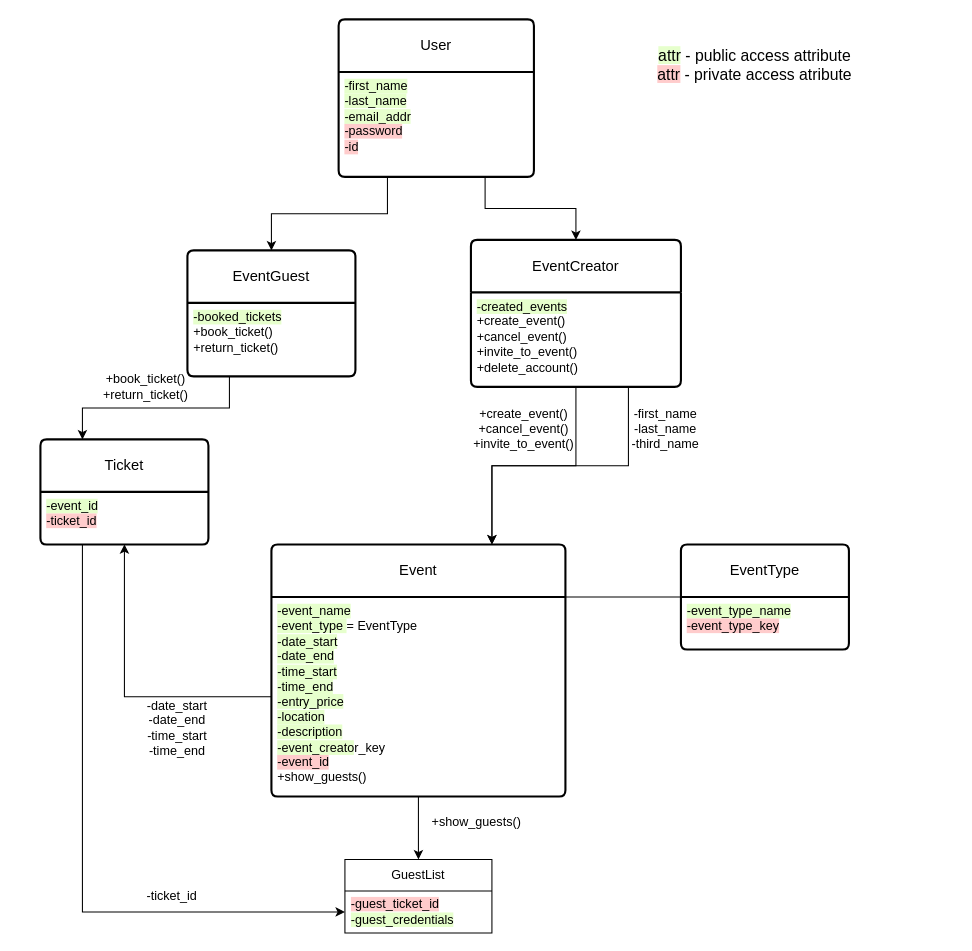
DanMustDie/EventManager keeps this draw.io diagram as Class diagram(EventManager).drawio. Above is the earlier version. Source tidied: cells renumbered, new cells numbered last; positions are measured from the earlier drawing's top-left corner, leaving out a move shared by most shapes. Both pictures are drawn from the tidied source at 105%, with x=0, y=0 at pixel (40, 19).
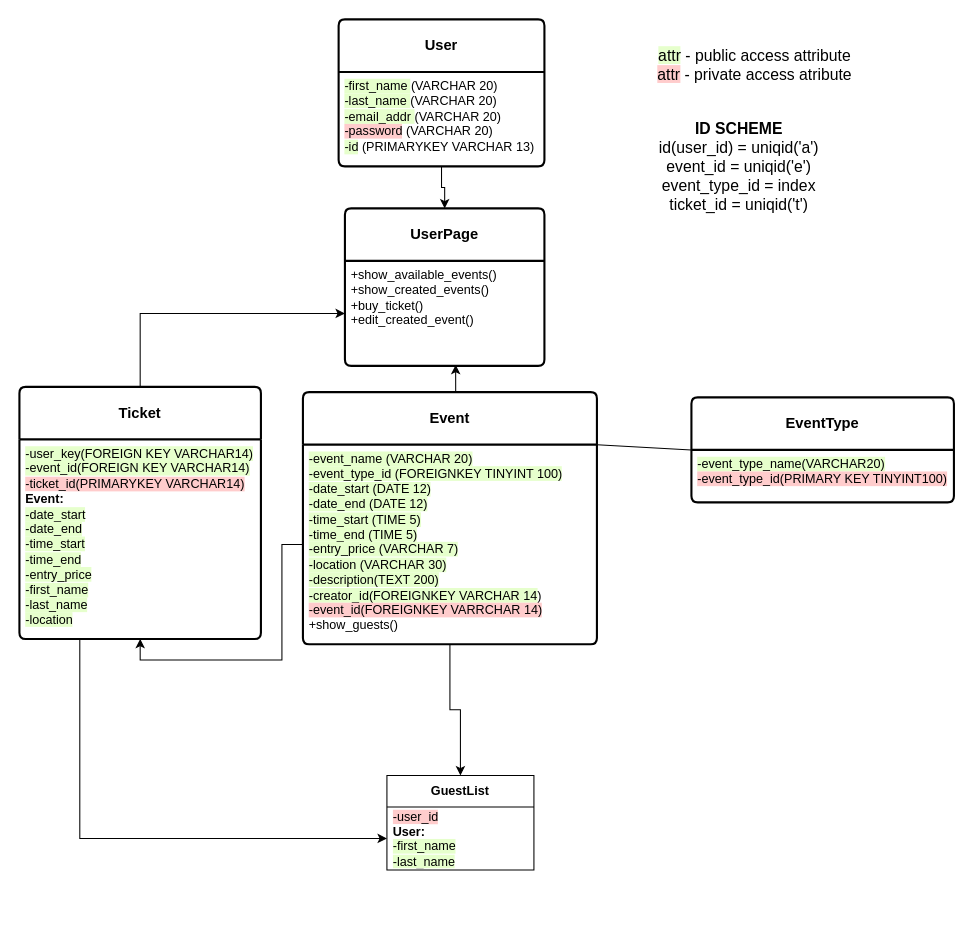
After the change.

Commit message (it also covers changes not shown here):
class diagram edit

What changed in the source:
```diff
@@
-    <mxCell id="2" value="EventCreator" style="swimlane;horizontal=1;startSize=50;rounded=1;fontSize=14;fontStyle=0;strokeWidth=2;shadow=0;dashed=0;align=center;arcSize=4;whiteSpace=wrap;html=1;" parent="1" vertex="1">
-      <mxGeometry x="410" y="210" width="200" height="140" as="geometry" />
-    </mxCell>
-    <mxCell id="3" value="&lt;div&gt;&lt;span style=&quot;background-color: rgb(230, 255, 204);&quot;&gt;-created_events&lt;/span&gt;&lt;/div&gt;&lt;div&gt;+create_event()&lt;/div&gt;&lt;div&gt;+cancel_event()&lt;/div&gt;&lt;div&gt;+invite_to_event()&lt;/div&gt;&lt;div&gt;+delete_account()&lt;/div&gt;" style="align=left;strokeColor=none;fillColor=none;spacingLeft=4;fontSize=12;verticalAlign=top;html=1;" parent="2" vertex="1">
-      <mxGeometry y="50" width="200" height="90" as="geometry" />
-    </mxCell>
-    <mxCell id="4" value="Event" style="swimlane;horizontal=1;startSize=50;rounded=1;fontSize=14;fontStyle=0;strokeWidth=2;shadow=0;dashed=0;align=center;arcSize=4;whiteSpace=wrap;html=1;" parent="1" vertex="1">
-      <mxGeometry x="220" y="500" width="280" height="240" as="geometry" />
+    <mxCell id="4" value="&lt;b&gt;Event&lt;/b&gt;" style="swimlane;horizontal=1;startSize=50;rounded=1;fontSize=14;fontStyle=0;strokeWidth=2;shadow=0;dashed=0;align=center;arcSize=4;whiteSpace=wrap;html=1;" parent="1" vertex="1">
+      <mxGeometry x="250" y="355" width="280" height="240" as="geometry" />
     </mxCell>
-    <mxCell id="5" value="&lt;span style=&quot;background-color: rgb(230, 255, 204);&quot;&gt;-event_name&lt;/span&gt;&lt;div&gt;&lt;span style=&quot;background-color: rgb(230, 255, 204);&quot;&gt;-event_type &lt;/span&gt;= EventType&lt;/div&gt;&lt;div&gt;&lt;span style=&quot;background-color: rgb(230, 255, 204);&quot;&gt;-date_start&lt;/span&gt;&lt;/div&gt;&lt;div&gt;&lt;span style=&quot;background-color: rgb(230, 255, 204);&quot;&gt;-date_end&lt;/span&gt;&lt;/div&gt;&lt;div&gt;&lt;span style=&quot;background-color: rgb(230, 255, 204);&quot;&gt;-time_start&lt;/span&gt;&lt;/div&gt;&lt;div&gt;&lt;span style=&quot;background-color: rgb(230, 255, 204);&quot;&gt;-time_end&lt;/span&gt;&lt;/div&gt;&lt;div&gt;&lt;span style=&quot;background-color: rgb(230, 255, 204);&quot;&gt;-entry_price&lt;/span&gt;&lt;/div&gt;&lt;div&gt;&lt;span style=&quot;background-color: rgb(230, 255, 204);&quot;&gt;-location&lt;/span&gt;&lt;/div&gt;&lt;div&gt;&lt;span style=&quot;background-color: rgb(230, 255, 204);&quot;&gt;-description&lt;/span&gt;&lt;/div&gt;&lt;div&gt;&lt;span style=&quot;background-color: rgb(230, 255, 204);&quot;&gt;-event_creato&lt;/span&gt;r_key&lt;/div&gt;&lt;div&gt;&lt;span style=&quot;background-color: rgb(255, 204, 204);&quot;&gt;-event_id&lt;/span&gt;&lt;/div&gt;&lt;div&gt;+show_guests()&lt;/div&gt;&lt;div&gt;&lt;br&gt;&lt;/div&gt;" style="align=left;strokeColor=none;fillColor=none;spacingLeft=4;fontSize=12;verticalAlign=top;html=1;" parent="4" vertex="1">
+    <mxCell id="5" value="&lt;span style=&quot;background-color: rgb(230, 255, 204);&quot;&gt;-event_name (VARCHAR 20)&lt;/span&gt;&lt;div&gt;&lt;span style=&quot;background-color: rgb(230, 255, 204);&quot;&gt;-event_type_id&amp;nbsp;(FOREIGNKEY TINYINT 100)&lt;/span&gt;&lt;/div&gt;&lt;div&gt;&lt;span style=&quot;background-color: rgb(230, 255, 204);&quot;&gt;-date_start (DATE 12)&lt;/span&gt;&lt;/div&gt;&lt;div&gt;&lt;span style=&quot;background-color: rgb(230, 255, 204);&quot;&gt;-date_end (DATE 12)&lt;/span&gt;&lt;/div&gt;&lt;div&gt;&lt;span style=&quot;background-color: rgb(230, 255, 204);&quot;&gt;-time_start (TIME 5)&lt;/span&gt;&lt;/div&gt;&lt;div&gt;&lt;span style=&quot;background-color: rgb(230, 255, 204);&quot;&gt;-time_end (TIME 5)&lt;/span&gt;&lt;/div&gt;&lt;div&gt;&lt;span style=&quot;background-color: rgb(230, 255, 204);&quot;&gt;-entry_price (VARCHAR 7)&lt;/span&gt;&lt;/div&gt;&lt;div&gt;&lt;span style=&quot;background-color: rgb(230, 255, 204);&quot;&gt;-location (VARCHAR 30)&lt;/span&gt;&lt;/div&gt;&lt;div&gt;&lt;span style=&quot;background-color: rgb(230, 255, 204);&quot;&gt;-description(TEXT 200)&lt;/span&gt;&lt;/div&gt;&lt;div&gt;&lt;span style=&quot;background-color: rgb(230, 255, 204);&quot;&gt;-creator_id(FOREIGNKEY VARCHAR 14&lt;/span&gt;)&lt;/div&gt;&lt;div&gt;&lt;span style=&quot;background-color: rgb(255, 204, 204);&quot;&gt;-event_id(FOREIGNKEY VARRCHAR 14)&lt;/span&gt;&lt;/div&gt;&lt;div&gt;+show_guests()&lt;/div&gt;&lt;div&gt;&lt;br&gt;&lt;/div&gt;" style="align=left;strokeColor=none;fillColor=none;spacingLeft=4;fontSize=12;verticalAlign=top;html=1;" parent="4" vertex="1">
       <mxGeometry y="50" width="280" height="190" as="geometry" />
     </mxCell>
@@
-    <mxCell id="7" value="+create_event()&lt;div&gt;+cancel_event()&lt;/div&gt;&lt;div&gt;+invite_to_event()&lt;/div&gt;" style="text;html=1;align=center;verticalAlign=middle;strokeColor=none;fillColor=none;" parent="1" vertex="1">
-      <mxGeometry x="400" y="360" width="120" height="60" as="geometry" />
-    </mxCell>
-    <mxCell id="8" value="EventGuest" style="swimlane;horizontal=1;startSize=50;rounded=1;fontSize=14;fontStyle=0;strokeWidth=2;shadow=0;dashed=0;align=center;arcSize=4;whiteSpace=wrap;html=1;" parent="1" vertex="1">
-      <mxGeometry x="140" y="220" width="160" height="120" as="geometry" />
-    </mxCell>
-    <mxCell id="9" value="&lt;div&gt;&lt;span style=&quot;background-color: rgb(230, 255, 204);&quot;&gt;-booked_tickets&lt;/span&gt;&lt;/div&gt;+book_ticket()&lt;div&gt;+return_ticket()&lt;/div&gt;" style="align=left;strokeColor=none;fillColor=none;spacingLeft=4;fontSize=12;verticalAlign=top;html=1;" parent="8" vertex="1">
-      <mxGeometry y="50" width="160" height="70" as="geometry" />
-    </mxCell>
-    <mxCell id="10" value="User" style="swimlane;horizontal=1;startSize=50;rounded=1;fontSize=14;fontStyle=0;strokeWidth=2;shadow=0;dashed=0;align=center;arcSize=4;whiteSpace=wrap;html=1;" parent="1" vertex="1">
-      <mxGeometry x="284" width="186" height="150" as="geometry" />
+    <mxCell id="10" value="&lt;b&gt;User&lt;/b&gt;" style="swimlane;horizontal=1;startSize=50;rounded=1;fontSize=14;fontStyle=0;strokeWidth=2;shadow=0;dashed=0;align=center;arcSize=4;whiteSpace=wrap;html=1;" parent="1" vertex="1">
+      <mxGeometry x="284" width="196" height="140" as="geometry" />
     </mxCell>
-    <mxCell id="11" value="&lt;span style=&quot;background-color: rgb(230, 255, 204);&quot;&gt;-first_name&lt;/span&gt;&lt;div&gt;&lt;span style=&quot;background-color: rgb(230, 255, 204);&quot;&gt;-last_name&lt;/span&gt;&lt;/div&gt;&lt;div&gt;&lt;span style=&quot;background-color: rgb(230, 255, 204);&quot;&gt;-email_addr&lt;/span&gt;&lt;div&gt;&lt;span style=&quot;background-color: rgb(255, 204, 204);&quot;&gt;-password&lt;/span&gt;&lt;/div&gt;&lt;div&gt;&lt;span style=&quot;background-color: rgb(255, 204, 204);&quot;&gt;-id&lt;/span&gt;&lt;/div&gt;&lt;/div&gt;" style="align=left;strokeColor=none;fillColor=none;spacingLeft=4;fontSize=12;verticalAlign=top;html=1;" parent="10" vertex="1">
-      <mxGeometry y="50" width="186" height="100" as="geometry" />
+    <mxCell id="11" value="&lt;span style=&quot;background-color: rgb(230, 255, 204);&quot;&gt;-first_name &lt;/span&gt;&lt;span style=&quot;background-color: rgb(255, 255, 255);&quot;&gt;(VARCHAR 20)&lt;/span&gt;&lt;div&gt;&lt;span style=&quot;background-color: rgb(230, 255, 204);&quot;&gt;-last_name &lt;/span&gt;&lt;span style=&quot;background-color: rgb(255, 255, 255);&quot;&gt;(VARCHAR 20)&lt;/span&gt;&lt;/div&gt;&lt;div&gt;&lt;span style=&quot;background-color: rgb(230, 255, 204);&quot;&gt;-email_addr &lt;/span&gt;&lt;span style=&quot;background-color: rgb(255, 255, 255);&quot;&gt;(VARCHAR 20)&lt;/span&gt;&lt;div&gt;&lt;span style=&quot;background-color: rgb(255, 204, 204);&quot;&gt;-password&lt;/span&gt;&lt;span style=&quot;background-color: rgb(255, 255, 255);&quot;&gt; (VARCHAR 20)&lt;/span&gt;&lt;/div&gt;&lt;div&gt;&lt;span style=&quot;background-color: rgb(230, 255, 204);&quot;&gt;-id&lt;/span&gt;&lt;span style=&quot;background-color: rgb(255, 255, 255);&quot;&gt;&amp;nbsp;(PRIMARYKEY VARCHAR 13)&lt;/span&gt;&lt;br&gt;&lt;/div&gt;&lt;/div&gt;" style="align=left;strokeColor=none;fillColor=none;spacingLeft=4;fontSize=12;verticalAlign=top;html=1;" parent="10" vertex="1">
+      <mxGeometry y="50" width="196" height="90" as="geometry" />
     </mxCell>
-    <mxCell id="12" style="edgeStyle=orthogonalEdgeStyle;rounded=0;jettySize=auto;html=1;exitX=0.25;exitY=1;exitDx=0;exitDy=0;entryX=0.5;entryY=0;entryDx=0;entryDy=0;" parent="1" edge="1" source="11" target="8">
-      <mxGeometry relative="1" as="geometry" />
-    </mxCell>
-    <mxCell id="13" style="edgeStyle=orthogonalEdgeStyle;rounded=0;jettySize=auto;html=1;exitX=0.75;exitY=1;exitDx=0;exitDy=0;entryX=0.5;entryY=0;entryDx=0;entryDy=0;" parent="1" edge="1" source="11" target="2">
-      <mxGeometry relative="1" as="geometry" />
-    </mxCell>
-    <mxCell id="14" style="edgeStyle=orthogonalEdgeStyle;rounded=0;jettySize=auto;html=1;exitX=0.5;exitY=1;exitDx=0;exitDy=0;entryX=0.75;entryY=0;entryDx=0;entryDy=0;" parent="1" edge="1" source="3" target="4">
-      <mxGeometry relative="1" as="geometry" />
-    </mxCell>
-    <mxCell id="15" value="EventType" style="swimlane;horizontal=1;startSize=50;rounded=1;fontSize=14;fontStyle=0;strokeWidth=2;shadow=0;dashed=0;align=center;arcSize=4;whiteSpace=wrap;html=1;" parent="1" vertex="1">
-      <mxGeometry x="610" y="500" width="160" height="100" as="geometry" />
+    <mxCell id="15" value="&lt;b&gt;EventType&lt;/b&gt;" style="swimlane;horizontal=1;startSize=50;rounded=1;fontSize=14;fontStyle=0;strokeWidth=2;shadow=0;dashed=0;align=center;arcSize=4;whiteSpace=wrap;html=1;" parent="1" vertex="1">
+      <mxGeometry x="620" y="360" width="250" height="100" as="geometry" />
     </mxCell>
-    <mxCell id="16" value="&lt;span style=&quot;background-color: rgb(230, 255, 204);&quot;&gt;-event_type_name&lt;/span&gt;&lt;div&gt;&lt;span style=&quot;background-color: rgb(255, 204, 204);&quot;&gt;-event_type_key&lt;/span&gt;&lt;/div&gt;" style="align=left;strokeColor=none;fillColor=none;spacingLeft=4;fontSize=12;verticalAlign=top;html=1;" parent="15" vertex="1">
-      <mxGeometry y="50" width="160" height="50" as="geometry" />
+    <mxCell id="16" value="&lt;span style=&quot;background-color: rgb(230, 255, 204);&quot;&gt;-event_type_name(VARCHAR20)&lt;/span&gt;&lt;div&gt;&lt;span style=&quot;background-color: rgb(255, 204, 204);&quot;&gt;-event_type_id(PRIMARY KEY TINYINT100)&lt;/span&gt;&lt;/div&gt;" style="align=left;strokeColor=none;fillColor=none;spacingLeft=4;fontSize=12;verticalAlign=top;html=1;" parent="15" vertex="1">
+      <mxGeometry y="50" width="250" height="50" as="geometry" />
     </mxCell>
@@
+    <mxCell id="33" style="edgeStyle=orthogonalEdgeStyle;rounded=0;jettySize=auto;html=1;exitX=0.5;exitY=0;exitDx=0;exitDy=0;entryX=0;entryY=0.5;entryDx=0;entryDy=0;" parent="1" edge="1" source="18" target="35">
+      <mxGeometry relative="1" as="geometry" />
+    </mxCell>
-    <mxCell id="18" value="Ticket" style="swimlane;horizontal=1;startSize=50;rounded=1;fontSize=14;fontStyle=0;strokeWidth=2;shadow=0;dashed=0;align=center;arcSize=4;whiteSpace=wrap;html=1;" parent="1" vertex="1">
-      <mxGeometry y="400" width="160" height="100" as="geometry" />
+    <mxCell id="18" value="&lt;b&gt;Ticket&lt;/b&gt;" style="swimlane;horizontal=1;startSize=50;rounded=1;fontSize=14;fontStyle=0;strokeWidth=2;shadow=0;dashed=0;align=center;arcSize=4;whiteSpace=wrap;html=1;" parent="1" vertex="1">
+      <mxGeometry x="-20" y="350" width="230" height="240" as="geometry" />
     </mxCell>
-    <mxCell id="19" value="&lt;div&gt;&lt;span style=&quot;background-color: rgb(230, 255, 204);&quot;&gt;-event_id&lt;/span&gt;&lt;/div&gt;&lt;div&gt;&lt;span style=&quot;background-color: rgb(255, 204, 204);&quot;&gt;-ticket_id&lt;/span&gt;&lt;/div&gt;" style="align=left;strokeColor=none;fillColor=none;spacingLeft=4;fontSize=12;verticalAlign=top;html=1;" parent="18" vertex="1">
-      <mxGeometry y="50" width="160" height="50" as="geometry" />
+    <mxCell id="19" value="&lt;div&gt;&lt;span style=&quot;background-color: rgb(230, 255, 204);&quot;&gt;-user_key(FOREIGN KEY VARCHAR14)&lt;/span&gt;&lt;/div&gt;&lt;div&gt;&lt;span style=&quot;background-color: rgb(230, 255, 204);&quot;&gt;-event_id(FOREIGN KEY VARCHAR14)&lt;/span&gt;&lt;/div&gt;&lt;div&gt;&lt;span style=&quot;background-color: rgb(255, 204, 204);&quot;&gt;-ticket_id(PRIMARYKEY VARCHAR14)&lt;/span&gt;&lt;/div&gt;&lt;div&gt;&lt;span style=&quot;background-color: rgb(255, 255, 255);&quot;&gt;&lt;b&gt;Event:&lt;/b&gt;&lt;/span&gt;&lt;/div&gt;&lt;div&gt;&lt;span style=&quot;background-color: rgb(230, 255, 204);&quot;&gt;-date_start&lt;/span&gt;&lt;/div&gt;&lt;div&gt;&lt;span style=&quot;background-color: rgb(230, 255, 204);&quot;&gt;-date_end&lt;/span&gt;&lt;/div&gt;&lt;div&gt;&lt;span style=&quot;background-color: rgb(230, 255, 204);&quot;&gt;-time_start&lt;/span&gt;&lt;/div&gt;&lt;div&gt;&lt;span style=&quot;background-color: rgb(230, 255, 204);&quot;&gt;-time_end&lt;/span&gt;&lt;/div&gt;&lt;div&gt;&lt;span style=&quot;background-color: rgb(230, 255, 204);&quot;&gt;-entry_price&lt;/span&gt;&lt;/div&gt;&lt;div&gt;&lt;span style=&quot;background-color: rgb(230, 255, 204);&quot;&gt;-first_name&lt;/span&gt;&lt;/div&gt;&lt;div&gt;&lt;span style=&quot;background-color: rgb(230, 255, 204);&quot;&gt;-last_name&lt;/span&gt;&lt;/div&gt;&lt;div&gt;&lt;span style=&quot;background-color: rgb(230, 255, 204);&quot;&gt;-location&lt;/span&gt;&lt;/div&gt;" style="align=left;strokeColor=none;fillColor=none;spacingLeft=4;fontSize=12;verticalAlign=top;html=1;" parent="18" vertex="1">
+      <mxGeometry y="50" width="230" height="190" as="geometry" />
     </mxCell>
-    <mxCell id="20" style="edgeStyle=orthogonalEdgeStyle;rounded=0;jettySize=auto;html=1;exitX=0.25;exitY=1;exitDx=0;exitDy=0;entryX=0.25;entryY=0;entryDx=0;entryDy=0;" parent="1" edge="1" source="9" target="18">
-      <mxGeometry relative="1" as="geometry" />
-    </mxCell>
-    <mxCell id="21" value="+book_ticket()&lt;div&gt;+return_ticket()&lt;/div&gt;" style="text;html=1;align=center;verticalAlign=middle;strokeColor=none;fillColor=none;" parent="1" vertex="1">
-      <mxGeometry x="50" y="330" width="100" height="40" as="geometry" />
-    </mxCell>
@@
-    <mxCell id="23" value="-date_start&lt;div&gt;-date_end&lt;/div&gt;&lt;div&gt;-time_start&lt;/div&gt;&lt;div&gt;-time_end&lt;/div&gt;" style="text;html=1;align=center;verticalAlign=middle;strokeColor=none;fillColor=none;" parent="1" vertex="1">
-      <mxGeometry x="90" y="640" width="80" height="70" as="geometry" />
-    </mxCell>
-    <mxCell id="24" style="edgeStyle=orthogonalEdgeStyle;rounded=0;jettySize=auto;html=1;exitX=0.75;exitY=1;exitDx=0;exitDy=0;entryX=0.75;entryY=0;entryDx=0;entryDy=0;" parent="1" edge="1" source="3" target="4">
-      <mxGeometry relative="1" as="geometry" />
-    </mxCell>
-    <mxCell id="25" value="-first_name&lt;div&gt;-last_name&lt;/div&gt;&lt;div&gt;-third_name&lt;/div&gt;" style="text;html=1;align=center;verticalAlign=middle;strokeColor=none;fillColor=none;" parent="1" vertex="1">
-      <mxGeometry x="550" y="360" width="90" height="60" as="geometry" />
-    </mxCell>
-    <mxCell id="26" value="GuestList" style="swimlane;fontStyle=0;horizontal=1;startSize=30;whiteSpace=wrap;html=1;" parent="1" vertex="1">
-      <mxGeometry x="290" y="800" width="140" height="70" as="geometry" />
+    <mxCell id="26" value="&lt;b&gt;GuestList&lt;/b&gt;" style="swimlane;fontStyle=0;horizontal=1;startSize=30;whiteSpace=wrap;html=1;" parent="1" vertex="1">
+      <mxGeometry x="330" y="720" width="140" height="90" as="geometry" />
     </mxCell>
-    <mxCell id="27" value="&lt;span style=&quot;background-color: rgb(255, 204, 204);&quot;&gt;-guest_ticket_id&lt;/span&gt;&lt;div&gt;&lt;span style=&quot;background-color: rgb(230, 255, 204);&quot;&gt;-guest_credentials&lt;/span&gt;&lt;/div&gt;" style="text;strokeColor=none;fillColor=none;align=left;verticalAlign=middle;spacingLeft=4;spacingRight=4;overflow=hidden;points=[[0,0.5],[1,0.5]];portConstraint=eastwest;whiteSpace=wrap;html=1;" parent="26" vertex="1">
-      <mxGeometry y="30" width="140" height="40" as="geometry" />
+    <mxCell id="27" value="&lt;span style=&quot;background-color: rgb(255, 204, 204);&quot;&gt;-user_id&lt;/span&gt;&lt;div&gt;&lt;span style=&quot;background-color: rgb(255, 255, 255);&quot;&gt;&lt;b&gt;User:&amp;nbsp;&lt;/b&gt;&lt;/span&gt;&lt;/div&gt;&lt;div&gt;&lt;span style=&quot;background-color: rgb(230, 255, 204);&quot;&gt;-first_name&lt;/span&gt;&lt;/div&gt;&lt;div&gt;&lt;span style=&quot;background-color: rgb(230, 255, 204);&quot;&gt;-last_name&lt;/span&gt;&lt;/div&gt;" style="text;strokeColor=none;fillColor=none;align=left;verticalAlign=middle;spacingLeft=4;spacingRight=4;overflow=hidden;points=[[0,0.5],[1,0.5]];portConstraint=eastwest;whiteSpace=wrap;html=1;" parent="26" vertex="1">
+      <mxGeometry y="30" width="140" height="60" as="geometry" />
     </mxCell>
+    <mxCell id="30" style="edgeStyle=orthogonalEdgeStyle;rounded=0;jettySize=auto;html=1;exitX=0.25;exitY=1;exitDx=0;exitDy=0;entryX=0;entryY=0.5;entryDx=0;entryDy=0;" parent="1" edge="1" source="19" target="27">
+      <mxGeometry relative="1" as="geometry" />
+    </mxCell>
+    <mxCell id="32" value="&lt;font style=&quot;font-size: 15px;&quot;&gt;&lt;span style=&quot;background-color: rgb(230, 255, 204);&quot;&gt;attr&lt;/span&gt; - public access attribute&lt;/font&gt;&lt;div style=&quot;font-size: 15px;&quot;&gt;&lt;font style=&quot;font-size: 15px;&quot;&gt;&lt;span style=&quot;background-color: rgb(255, 204, 204);&quot;&gt;attr&lt;/span&gt; - private access atribute&lt;/font&gt;&lt;/div&gt;" style="text;html=1;align=center;verticalAlign=middle;strokeColor=none;fillColor=none;" parent="1" vertex="1">
+      <mxGeometry x="575" y="18" width="210" height="50" as="geometry" />
+    </mxCell>
+    <mxCell id="34" value="&lt;b&gt;UserPage&lt;/b&gt;" style="swimlane;horizontal=1;startSize=50;rounded=1;fontSize=14;fontStyle=0;strokeWidth=2;shadow=0;dashed=0;align=center;arcSize=4;whiteSpace=wrap;html=1;" parent="1" vertex="1">
+      <mxGeometry x="290" y="180" width="190" height="150" as="geometry" />
+    </mxCell>
+    <mxCell id="35" value="&lt;div&gt;&lt;span style=&quot;background-color: initial;&quot;&gt;+show_available_events()&lt;/span&gt;&lt;br&gt;&lt;/div&gt;&lt;div&gt;+show_created_events()&lt;/div&gt;&lt;div&gt;+buy_ticket()&lt;/div&gt;&lt;div&gt;+edit_created_event()&lt;/div&gt;&lt;div&gt;&lt;br&gt;&lt;/div&gt;" style="align=left;strokeColor=none;fillColor=none;spacingLeft=4;fontSize=12;verticalAlign=top;html=1;" parent="34" vertex="1">
+      <mxGeometry y="50" width="190" height="100" as="geometry" />
+    </mxCell>
+    <mxCell id="36" value="&lt;div style=&quot;font-size: 15px;&quot;&gt;&lt;b style=&quot;&quot;&gt;&lt;font style=&quot;font-size: 15px;&quot;&gt;ID SCHEME&lt;/font&gt;&lt;/b&gt;&lt;/div&gt;&lt;font style=&quot;font-size: 15px;&quot;&gt;id(user_id) = uniqid('a')&lt;/font&gt;&lt;div style=&quot;font-size: 15px;&quot;&gt;&lt;font style=&quot;font-size: 15px;&quot;&gt;event_id = uniqid('e')&lt;/font&gt;&lt;/div&gt;&lt;div style=&quot;font-size: 15px;&quot;&gt;&lt;font style=&quot;font-size: 15px;&quot;&gt;event_type_id = index&lt;/font&gt;&lt;/div&gt;&lt;div style=&quot;font-size: 15px;&quot;&gt;&lt;font style=&quot;font-size: 15px;&quot;&gt;ticket_id = uniqid('t')&lt;/font&gt;&lt;/div&gt;" style="text;html=1;align=center;verticalAlign=middle;strokeColor=none;fillColor=none;" parent="1" vertex="1">
+      <mxGeometry x="575" y="90" width="180" height="100" as="geometry" />
+    </mxCell>
-    <mxCell id="28" style="edgeStyle=orthogonalEdgeStyle;rounded=0;jettySize=auto;html=1;exitX=0.5;exitY=1;exitDx=0;exitDy=0;entryX=0.5;entryY=0;entryDx=0;entryDy=0;" parent="1" edge="1" source="5" target="26">
+    <mxCell id="28" style="edgeStyle=orthogonalEdgeStyle;rounded=0;jettySize=auto;html=1;exitX=0.5;exitY=1;exitDx=0;exitDy=0;" parent="1" edge="1" source="5" target="26">
       <mxGeometry relative="1" as="geometry" />
     </mxCell>
-    <mxCell id="29" value="+show_guests()" style="text;html=1;align=center;verticalAlign=middle;strokeColor=none;fillColor=none;" parent="1" vertex="1">
-      <mxGeometry x="360" y="750" width="110" height="30" as="geometry" />
-    </mxCell>
-    <mxCell id="30" style="edgeStyle=orthogonalEdgeStyle;rounded=0;jettySize=auto;html=1;exitX=0.25;exitY=1;exitDx=0;exitDy=0;entryX=0;entryY=0.5;entryDx=0;entryDy=0;" parent="1" edge="1" source="19" target="27">
-      <mxGeometry relative="1" as="geometry" />
-    </mxCell>
-    <mxCell id="31" value="-ticket_id" style="text;html=1;align=center;verticalAlign=middle;strokeColor=none;fillColor=none;" parent="1" vertex="1">
-      <mxGeometry x="90" y="820" width="70" height="30" as="geometry" />
-    </mxCell>
-    <mxCell id="32" value="&lt;font style=&quot;font-size: 15px;&quot;&gt;&lt;span style=&quot;background-color: rgb(230, 255, 204);&quot;&gt;attr&lt;/span&gt; - public access attribute&lt;/font&gt;&lt;div style=&quot;font-size: 15px;&quot;&gt;&lt;font style=&quot;font-size: 15px;&quot;&gt;&lt;span style=&quot;background-color: rgb(255, 204, 204);&quot;&gt;attr&lt;/span&gt; - private access atribute&lt;/font&gt;&lt;/div&gt;" style="text;html=1;align=center;verticalAlign=middle;strokeColor=none;fillColor=none;" parent="1" vertex="1">
-      <mxGeometry x="575" y="18" width="210" height="50" as="geometry" />
-    </mxCell>
+    <mxCell id="37" style="edgeStyle=orthogonalEdgeStyle;rounded=0;jettySize=auto;html=1;exitX=0.5;exitY=1;exitDx=0;exitDy=0;entryX=0.5;entryY=0;entryDx=0;entryDy=0;" parent="1" edge="1" source="11" target="34">
+      <mxGeometry relative="1" as="geometry" />
+    </mxCell>
+    <mxCell id="38" style="edgeStyle=orthogonalEdgeStyle;rounded=0;jettySize=auto;html=1;exitX=0.5;exitY=0;exitDx=0;exitDy=0;entryX=0.555;entryY=0.99;entryDx=0;entryDy=0;entryPerimeter=0;" parent="1" edge="1" source="4" target="35">
+      <mxGeometry relative="1" as="geometry" />
+    </mxCell>
```
